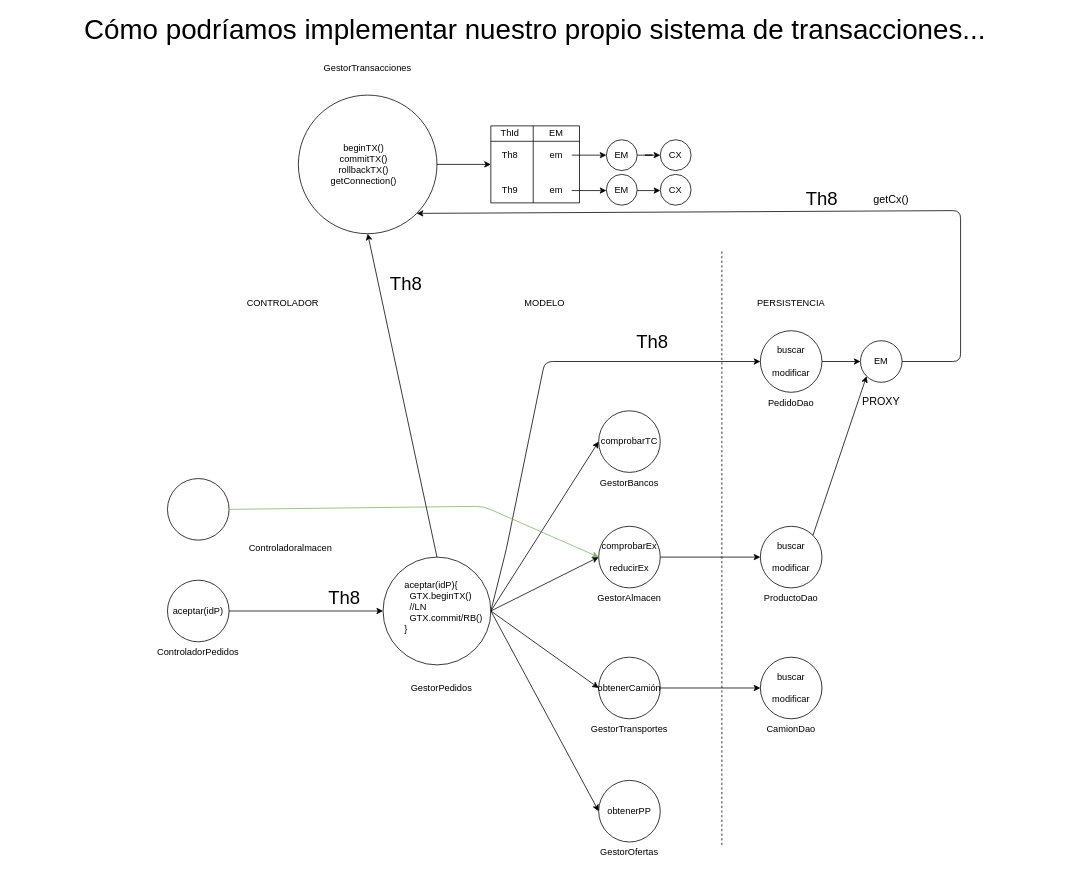
Earlier version of the draw.io diagram page "Página-25" (24 of 34) of ws_spring_2022.drawio (lrag/spring_2022). Source tidied: cells renumbered, new cells numbered last; positions are measured from the earlier drawing's top-left corner, leaving out a move shared by most shapes. Both pictures are drawn from the tidied source at 77%, with x=0, y=0 at pixel (13, 18).
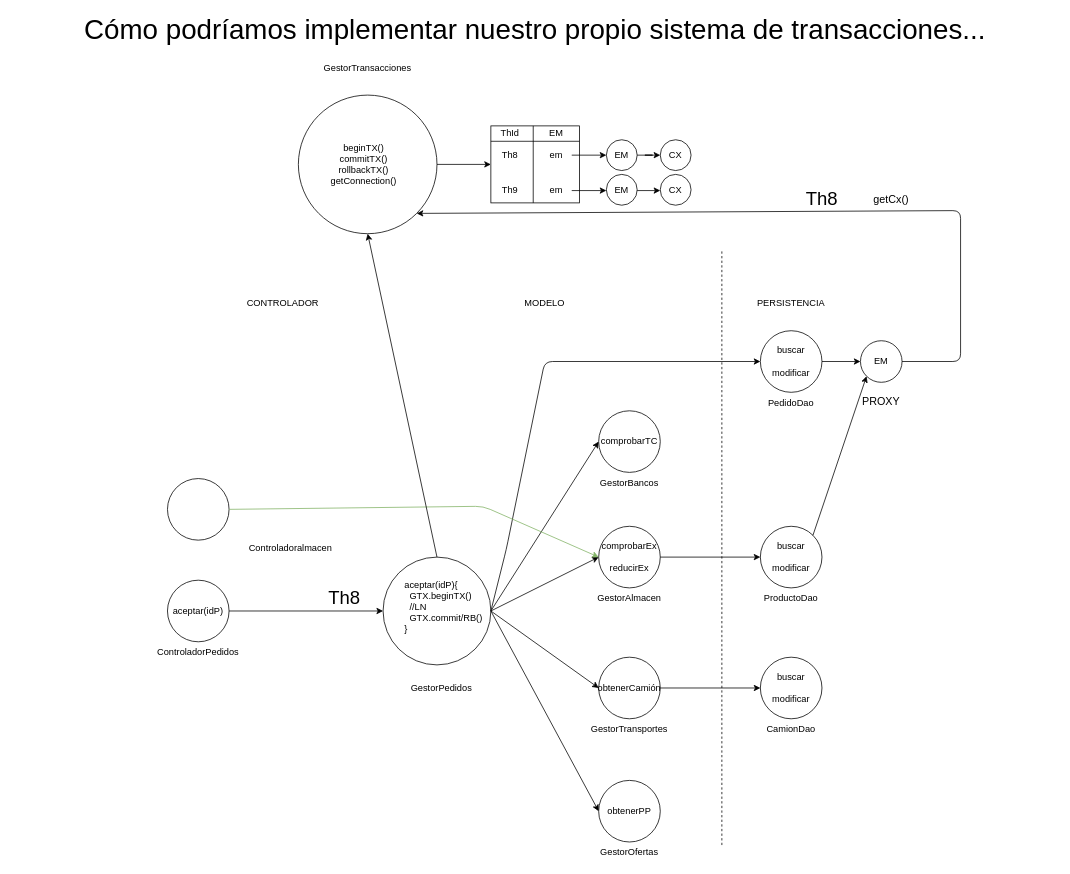
Above is the later version.

Change to the diagram source:
```diff
@@
-    <mxCell id="52" value="&lt;font style=&quot;font-size: 24px;&quot;&gt;Th8&lt;/font&gt;" style="text;html=1;strokeColor=none;fillColor=none;align=center;verticalAlign=middle;whiteSpace=wrap;rounded=0;" parent="1" vertex="1">
-      <mxGeometry x="480" y="330" width="60" height="30" as="geometry" />
-    </mxCell>
-    <mxCell id="53" value="&lt;font style=&quot;font-size: 24px;&quot;&gt;Th8&lt;/font&gt;" style="text;html=1;strokeColor=none;fillColor=none;align=center;verticalAlign=middle;whiteSpace=wrap;rounded=0;" parent="1" vertex="1">
-      <mxGeometry x="800" y="406" width="60" height="30" as="geometry" />
-    </mxCell>
```
